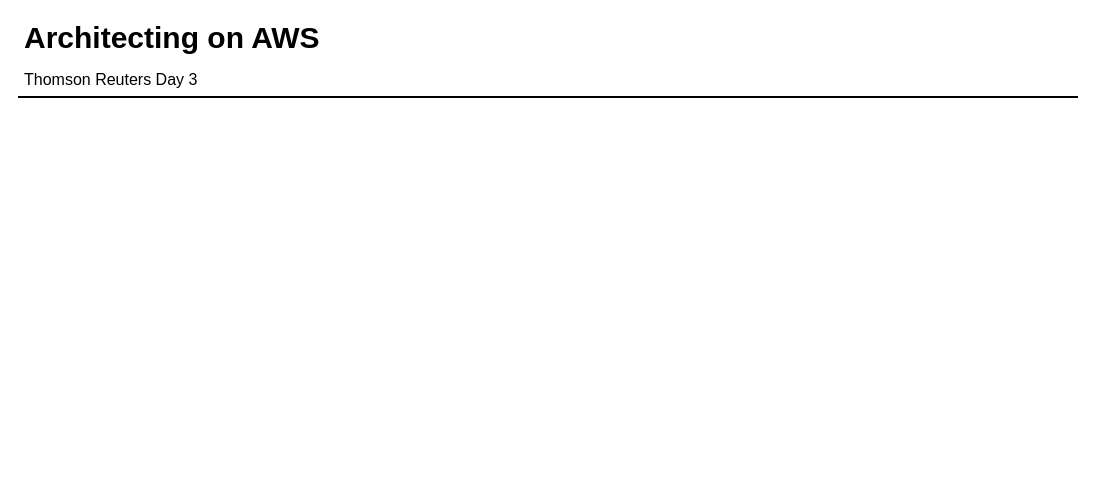
The draw.io diagram page "Copy of Page-2" (2 of 7) of thomson-reuters-d3.drawio in taupoali/awsdiagrams, before the edit. Source tidied: cells renumbered, new cells numbered last; positions are measured from the earlier drawing's top-left corner, leaving out a move shared by most shapes. Both pictures are drawn from the tidied source at 100%, with x=0, y=0 at pixel (17, 16).
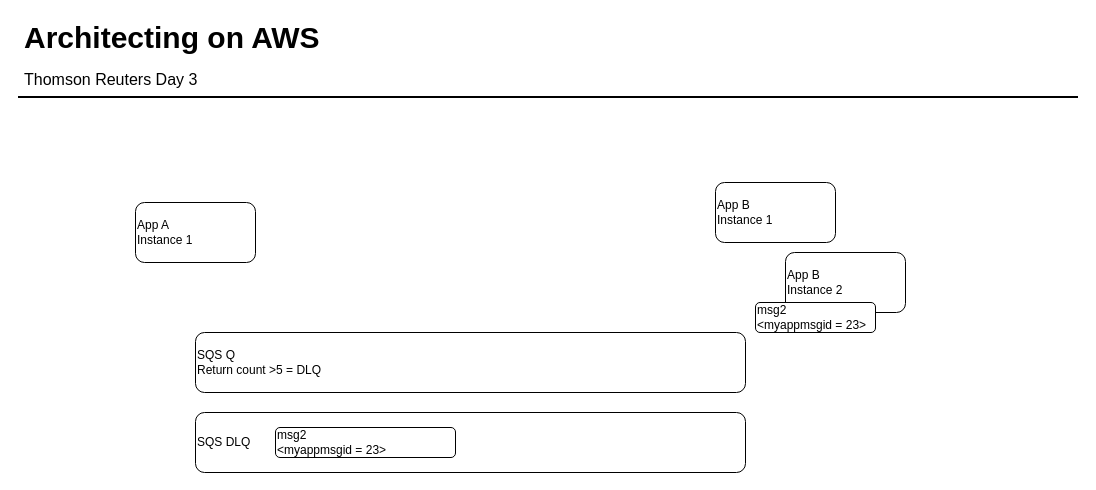
The same page after the edit.

What changed in the source:
```diff
@@
 <mxGraphModel>
   <root>
     <mxCell id="0" />
     <mxCell id="1" parent="0" />
+    <mxCell id="5" value="SQS DLQ" style="rounded=1;whiteSpace=wrap;html=1;align=left;" parent="1" vertex="1">
+      <mxGeometry x="178" y="396" width="550" height="60" as="geometry" />
+    </mxCell>
     <mxCell id="2" value="Architecting on AWS" style="text;html=1;align=left;verticalAlign=top;spacingTop=-4;fontSize=30;fontStyle=1;" parent="1" vertex="1">
       <mxGeometry x="4.5" y="0.5" width="310" height="40" as="geometry" />
     </mxCell>
     <mxCell id="3" value="Thomson Reuters Day 3&lt;br&gt;" style="text;html=1;align=left;verticalAlign=top;spacingTop=-4;fontSize=16;" parent="1" vertex="1">
       <mxGeometry x="4.5" y="50.5" width="190" height="20" as="geometry" />
     </mxCell>
     <mxCell id="4" style="line;strokeWidth=2;html=1;fontSize=14;" parent="1" vertex="1">
       <mxGeometry x="0.5" y="75.5" width="1060" height="10" as="geometry" />
     </mxCell>
+    <mxCell id="6" value="SQS Q&lt;br&gt;Return count &amp;gt;5 = DLQ" style="rounded=1;whiteSpace=wrap;html=1;align=left;" parent="1" vertex="1">
+      <mxGeometry x="178" y="316" width="550" height="60" as="geometry" />
+    </mxCell>
+    <mxCell id="7" value="App A&amp;nbsp;&lt;br&gt;Instance 1" style="rounded=1;whiteSpace=wrap;html=1;align=left;" parent="1" vertex="1">
+      <mxGeometry x="118" y="186" width="120" height="60" as="geometry" />
+    </mxCell>
+    <mxCell id="8" value="App B&amp;nbsp;&lt;br&gt;Instance 1" style="rounded=1;whiteSpace=wrap;html=1;align=left;" parent="1" vertex="1">
+      <mxGeometry x="698" y="166" width="120" height="60" as="geometry" />
+    </mxCell>
+    <mxCell id="9" value="App B&amp;nbsp;&lt;br&gt;Instance 2" style="rounded=1;whiteSpace=wrap;html=1;align=left;" parent="1" vertex="1">
+      <mxGeometry x="768" y="236" width="120" height="60" as="geometry" />
+    </mxCell>
+    <mxCell id="10" value="msg2&lt;br&gt;&amp;lt;myappmsgid = 23&amp;gt;" style="rounded=1;whiteSpace=wrap;html=1;align=left;" parent="1" vertex="1">
+      <mxGeometry x="258" y="411" width="180" height="30" as="geometry" />
+    </mxCell>
+    <mxCell id="11" value="msg2&lt;br&gt;&amp;lt;myappmsgid = 23&amp;gt;" style="rounded=1;whiteSpace=wrap;html=1;align=left;" parent="1" vertex="1">
+      <mxGeometry x="738" y="286" width="120" height="30" as="geometry" />
+    </mxCell>
   </root>
 </mxGraphModel>
```
